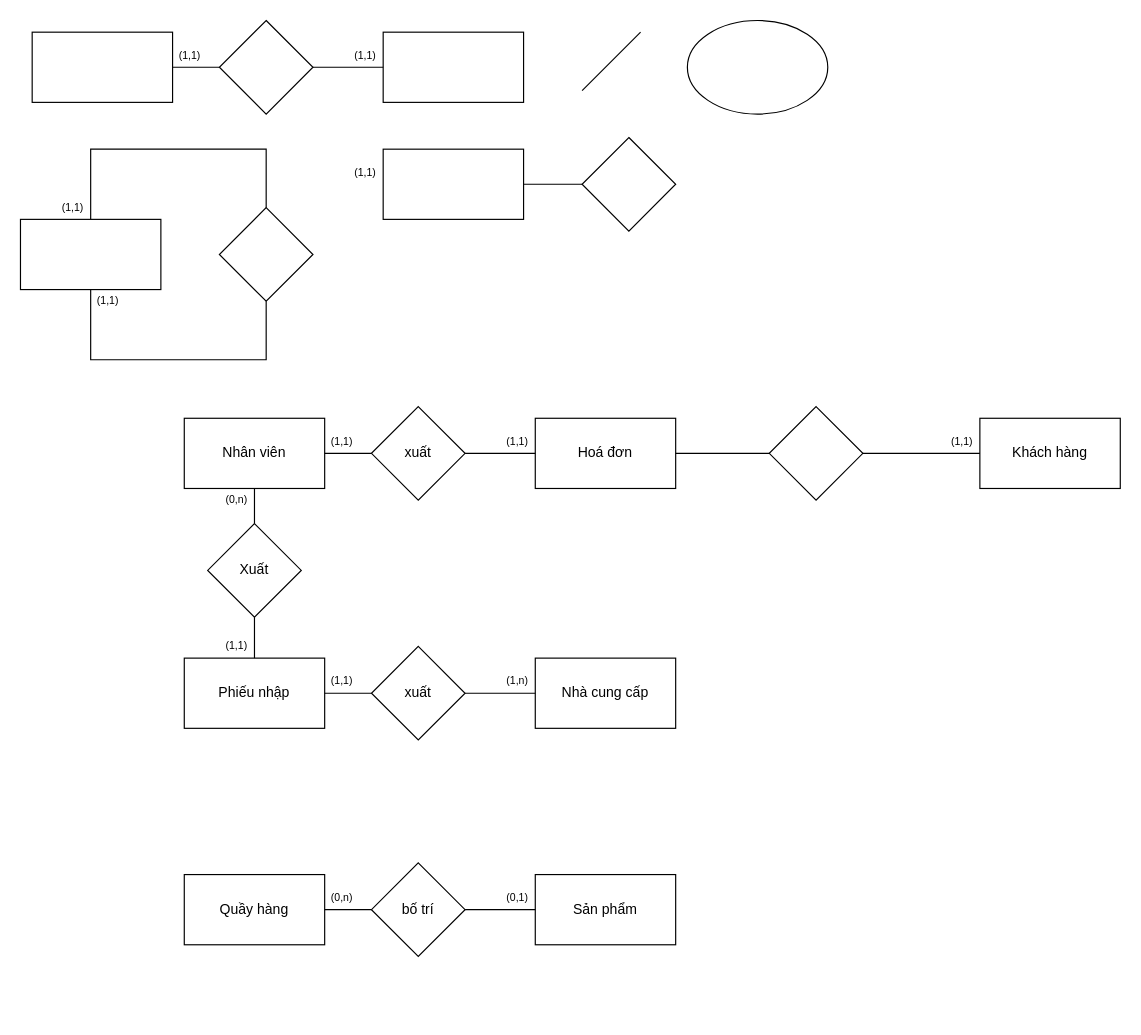
Before: EXERCISES/Untitled Diagram.drawio in andytino/Documents-Database, a draw.io diagram. Source tidied: cells renumbered, new cells numbered last; positions are measured from the earlier drawing's top-left corner, leaving out a move shared by most shapes. Both pictures are drawn from the tidied source at 117%, with x=0, y=0 at pixel (20, 20).
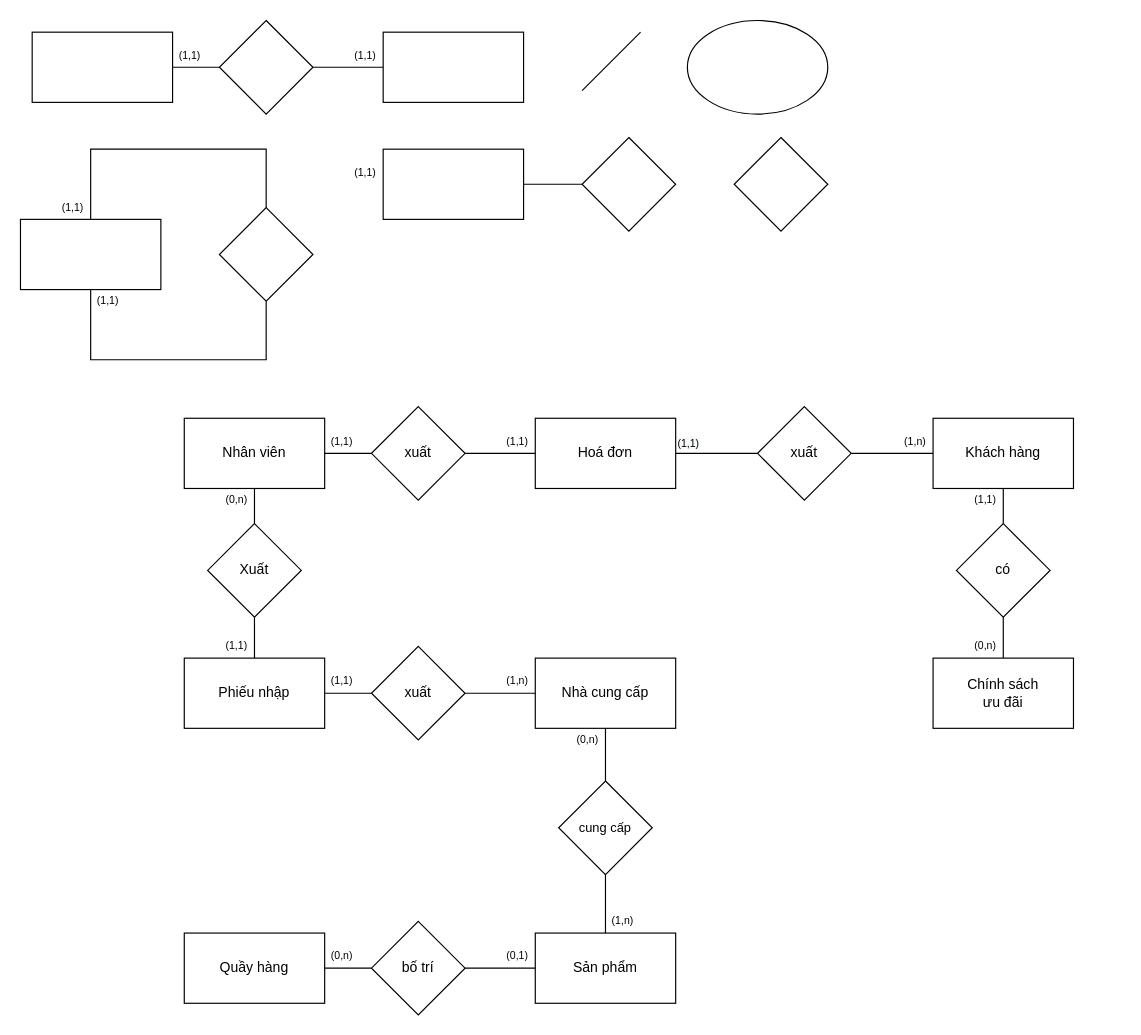
The same page after the edit.

The change refers to these unchanged cells:
```xml
<mxCell id="13" style="rounded=0;whiteSpace=wrap;html=1;" parent="12" vertex="1">
  <mxGeometry x="30" width="120" height="60" as="geometry" />
</mxCell>
<mxCell id="33" value="Nhà cung cấp" style="rounded=0;whiteSpace=wrap;html=1;" parent="32" vertex="1">
  <mxGeometry x="30" width="120" height="60" as="geometry" />
</mxCell>
<mxCell id="44" value="Sản phẩm" style="rounded=0;whiteSpace=wrap;html=1;" parent="43" vertex="1">
  <mxGeometry x="30" width="120" height="60" as="geometry" />
</mxCell>
<mxCell id="54" value="Hoá đơn" style="rounded=0;whiteSpace=wrap;html=1;" parent="53" vertex="1">
  <mxGeometry x="30" width="120" height="60" as="geometry" />
</mxCell>
<mxCell id="62" value="Khách hàng" style="rounded=0;whiteSpace=wrap;html=1;" parent="61" vertex="1">
  <mxGeometry x="30" width="120" height="60" as="geometry" />
</mxCell>
```

Diff of the diagram source:
```diff
@@
     <mxCell id="25" style="group;" parent="1" vertex="1">
-      <mxGeometry x="140" y="535" width="420" height="80" as="geometry" />
+      <mxGeometry x="140" y="535" width="420" height="90" as="geometry" />
     </mxCell>
@@
+    <mxCell id="69" value="(0,n)" style="text;html=1;strokeColor=none;fillColor=none;align=center;verticalAlign=middle;whiteSpace=wrap;rounded=0;fontFamily=Helvetica;fontSize=9;fontColor=default;" parent="25" vertex="1">
+      <mxGeometry x="330" y="70" width="30" height="20" as="geometry" />
+    </mxCell>
     <mxCell id="37" style="group;" parent="1" vertex="1">
-      <mxGeometry x="140" y="720" width="420" height="80" as="geometry" />
+      <mxGeometry x="140" y="770" width="420" height="80" as="geometry" />
     </mxCell>
@@
+    <mxCell id="64" style="edgeStyle=none;shape=connector;rounded=0;jettySize=auto;html=1;entryX=1;entryY=0.5;entryDx=0;entryDy=0;labelBackgroundColor=default;fontFamily=Helvetica;fontSize=9;fontColor=default;endArrow=none;strokeColor=default;" parent="1" edge="1" source="65" target="13">
+      <mxGeometry relative="1" as="geometry" />
+    </mxCell>
+    <mxCell id="65" value="&lt;div style=&quot;text-align: start;&quot;&gt;&lt;span style=&quot;background-color: initial; font-size: 0px;&quot;&gt;&lt;font face=&quot;monospace&quot; color=&quot;rgba(0, 0, 0, 0)&quot;&gt;ds&lt;/font&gt;&lt;/span&gt;&lt;/div&gt;" style="rhombus;whiteSpace=wrap;html=1;" parent="1" vertex="1">
+      <mxGeometry x="480" y="100" width="80" height="80" as="geometry" />
+    </mxCell>
+    <mxCell id="66" style="edgeStyle=none;shape=connector;rounded=0;jettySize=auto;html=1;entryX=1;entryY=1;entryDx=0;entryDy=0;labelBackgroundColor=default;fontFamily=Helvetica;fontSize=9;fontColor=default;endArrow=none;strokeColor=default;exitX=1;exitY=0.5;exitDx=0;exitDy=0;" parent="1" edge="1" source="70" target="63">
+      <mxGeometry relative="1" as="geometry" />
+    </mxCell>
+    <mxCell id="68" style="edgeStyle=none;shape=connector;rounded=0;jettySize=auto;html=1;entryX=0;entryY=0.5;entryDx=0;entryDy=0;labelBackgroundColor=default;fontFamily=Helvetica;fontSize=9;fontColor=default;endArrow=none;strokeColor=default;" parent="1" edge="1" source="54" target="70">
+      <mxGeometry relative="1" as="geometry" />
+    </mxCell>
+    <mxCell id="70" value="xuất" style="rhombus;whiteSpace=wrap;html=1;" parent="1" vertex="1">
+      <mxGeometry x="630" y="330" width="80" height="80" as="geometry" />
+    </mxCell>
+    <mxCell id="71" value="&lt;span style=&quot;color: rgb(0, 0, 0); font-family: Helvetica; font-size: 9px; font-style: normal; font-variant-ligatures: normal; font-variant-caps: normal; font-weight: 400; letter-spacing: normal; orphans: 2; text-align: center; text-indent: 0px; text-transform: none; widows: 2; word-spacing: 0px; -webkit-text-stroke-width: 0px; background-color: rgb(248, 249, 250); text-decoration-thickness: initial; text-decoration-style: initial; text-decoration-color: initial; float: none; display: inline !important;&quot;&gt;(1,1)&lt;/span&gt;" style="text;whiteSpace=wrap;html=1;fontSize=9;fontFamily=Helvetica;fontColor=default;" parent="1" vertex="1">
+      <mxGeometry x="560" y="350" width="30" height="20" as="geometry" />
+    </mxCell>
+    <mxCell id="72" value="có" style="rhombus;whiteSpace=wrap;html=1;" parent="1" vertex="1">
+      <mxGeometry x="800" y="430" width="80" height="80" as="geometry" />
+    </mxCell>
+    <mxCell id="73" style="edgeStyle=none;shape=connector;rounded=0;jettySize=auto;html=1;entryX=0.5;entryY=0;entryDx=0;entryDy=0;labelBackgroundColor=default;fontFamily=Helvetica;fontSize=9;fontColor=default;endArrow=none;strokeColor=default;" parent="1" edge="1" source="62" target="72">
+      <mxGeometry relative="1" as="geometry" />
+    </mxCell>
+    <mxCell id="74" style="edgeStyle=none;shape=connector;rounded=0;jettySize=auto;html=1;exitX=0.5;exitY=0;exitDx=0;exitDy=0;entryX=0.5;entryY=1;entryDx=0;entryDy=0;labelBackgroundColor=default;fontFamily=Helvetica;fontSize=9;fontColor=default;endArrow=none;strokeColor=default;" parent="1" edge="1" source="79" target="72">
+      <mxGeometry relative="1" as="geometry" />
+    </mxCell>
+    <mxCell id="75" style="group;" parent="1" vertex="1">
+      <mxGeometry x="750" y="340" width="150" height="80" as="geometry" />
+    </mxCell>
-    <mxCell id="61" style="group;" parent="1" vertex="1">
-      <mxGeometry x="790" y="340" width="150" height="60" as="geometry" />
+    <mxCell id="61" style="group;" parent="75" vertex="1">
+      <mxGeometry width="150" height="60" as="geometry" />
     </mxCell>
@@
-    <mxCell id="63" value="(1,1)" style="text;html=1;strokeColor=none;fillColor=none;align=center;verticalAlign=middle;whiteSpace=wrap;rounded=0;fontFamily=Helvetica;fontSize=9;fontColor=default;" parent="61" vertex="1">
+    <mxCell id="63" value="(1,n)" style="text;html=1;strokeColor=none;fillColor=none;align=center;verticalAlign=middle;whiteSpace=wrap;rounded=0;fontFamily=Helvetica;fontSize=9;fontColor=default;" parent="61" vertex="1">
       <mxGeometry y="10" width="30" height="20" as="geometry" />
     </mxCell>
-    <mxCell id="64" style="edgeStyle=none;shape=connector;rounded=0;jettySize=auto;html=1;entryX=1;entryY=0.5;entryDx=0;entryDy=0;labelBackgroundColor=default;fontFamily=Helvetica;fontSize=9;fontColor=default;endArrow=none;strokeColor=default;" parent="1" edge="1" source="65" target="13">
-      <mxGeometry relative="1" as="geometry" />
-    </mxCell>
-    <mxCell id="65" style="rhombus;whiteSpace=wrap;html=1;" parent="1" vertex="1">
-      <mxGeometry x="480" y="100" width="80" height="80" as="geometry" />
-    </mxCell>
-    <mxCell id="66" style="edgeStyle=none;shape=connector;rounded=0;jettySize=auto;html=1;entryX=1;entryY=1;entryDx=0;entryDy=0;labelBackgroundColor=default;fontFamily=Helvetica;fontSize=9;fontColor=default;endArrow=none;strokeColor=default;" parent="1" edge="1" source="67" target="63">
-      <mxGeometry relative="1" as="geometry" />
-    </mxCell>
-    <mxCell id="67" value="&lt;div style=&quot;text-align: start;&quot;&gt;&lt;span style=&quot;background-color: initial; font-size: 0px;&quot;&gt;&lt;font face=&quot;monospace&quot; color=&quot;rgba(0, 0, 0, 0)&quot;&gt;dsadsads&lt;/font&gt;&lt;/span&gt;&lt;/div&gt;" style="rhombus;whiteSpace=wrap;html=1;" parent="1" vertex="1">
-      <mxGeometry x="640" y="330" width="80" height="80" as="geometry" />
-    </mxCell>
-    <mxCell id="68" style="edgeStyle=none;shape=connector;rounded=0;jettySize=auto;html=1;entryX=0;entryY=0.5;entryDx=0;entryDy=0;labelBackgroundColor=default;fontFamily=Helvetica;fontSize=9;fontColor=default;endArrow=none;strokeColor=default;" parent="1" edge="1" source="54" target="67">
-      <mxGeometry relative="1" as="geometry" />
-    </mxCell>
+    <mxCell id="76" value="(1,1)" style="text;html=1;strokeColor=none;fillColor=none;align=center;verticalAlign=middle;whiteSpace=wrap;rounded=0;fontFamily=Helvetica;fontSize=9;fontColor=default;" parent="75" vertex="1">
+      <mxGeometry x="60" y="60" width="30" height="20" as="geometry" />
+    </mxCell>
+    <mxCell id="77" style="group;" parent="1" vertex="1">
+      <mxGeometry x="750" y="525" width="150" height="80" as="geometry" />
+    </mxCell>
+    <mxCell id="78" style="group;" parent="77" vertex="1">
+      <mxGeometry y="20" width="150" height="60" as="geometry" />
+    </mxCell>
+    <mxCell id="79" value="Chính sách&lt;br&gt;ưu đãi" style="rounded=0;whiteSpace=wrap;html=1;" parent="78" vertex="1">
+      <mxGeometry x="30" width="120" height="60" as="geometry" />
+    </mxCell>
+    <mxCell id="80" value="(0,n)" style="text;html=1;strokeColor=none;fillColor=none;align=center;verticalAlign=middle;whiteSpace=wrap;rounded=0;fontFamily=Helvetica;fontSize=9;fontColor=default;" parent="77" vertex="1">
+      <mxGeometry x="60" width="30" height="20" as="geometry" />
+    </mxCell>
+    <mxCell id="81" style="rhombus;whiteSpace=wrap;html=1;fontFamily=Helvetica;fontSize=11;fontColor=default;" parent="1" vertex="1">
+      <mxGeometry x="610" y="100" width="80" height="80" as="geometry" />
+    </mxCell>
+    <mxCell id="82" value="cung cấp" style="rhombus;whiteSpace=wrap;html=1;fontFamily=Helvetica;fontSize=11;fontColor=default;" parent="1" vertex="1">
+      <mxGeometry x="460" y="650" width="80" height="80" as="geometry" />
+    </mxCell>
+    <mxCell id="83" style="edgeStyle=none;shape=connector;rounded=0;jettySize=auto;html=1;entryX=0.5;entryY=0;entryDx=0;entryDy=0;labelBackgroundColor=default;fontFamily=Helvetica;fontSize=9;fontColor=default;endArrow=none;strokeColor=default;" parent="1" edge="1" source="33" target="82">
+      <mxGeometry relative="1" as="geometry" />
+    </mxCell>
+    <mxCell id="84" style="edgeStyle=none;shape=connector;rounded=0;jettySize=auto;html=1;entryX=0.5;entryY=1;entryDx=0;entryDy=0;labelBackgroundColor=default;fontFamily=Helvetica;fontSize=9;fontColor=default;endArrow=none;strokeColor=default;" parent="1" edge="1" source="44" target="82">
+      <mxGeometry relative="1" as="geometry" />
+    </mxCell>
+    <mxCell id="85" value="(1,n)" style="text;html=1;strokeColor=none;fillColor=none;align=center;verticalAlign=middle;whiteSpace=wrap;rounded=0;fontFamily=Helvetica;fontSize=9;fontColor=default;" parent="1" vertex="1">
+      <mxGeometry x="500" y="760" width="30" height="20" as="geometry" />
+    </mxCell>
```
